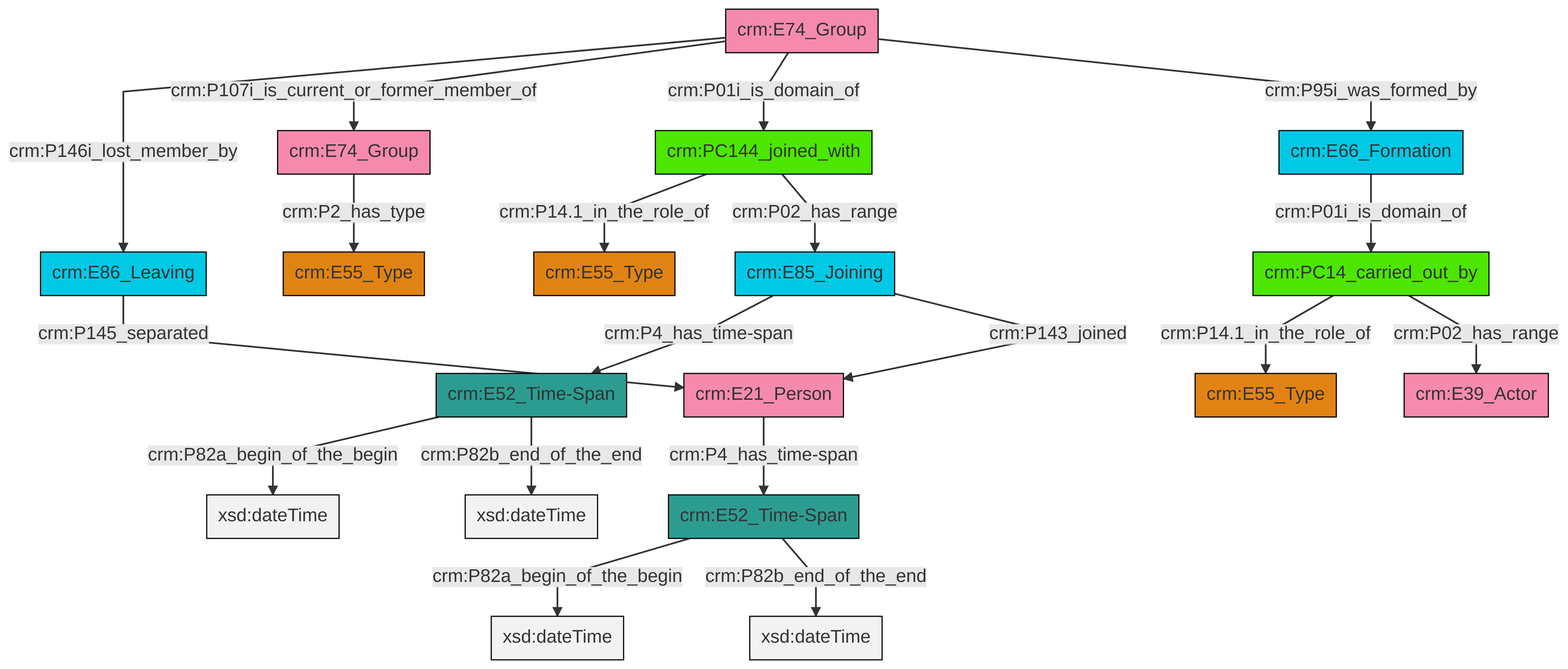
The Mermaid diagram et/groupCSV/ttl/mmd/png/group_actor_relations.png in swiss-art-research-net/docs.swissartresearch, before a commit. Its source is kept beside it as et/groupCSV/ttl/mmd/group_actor_relations.ttl.mmd.
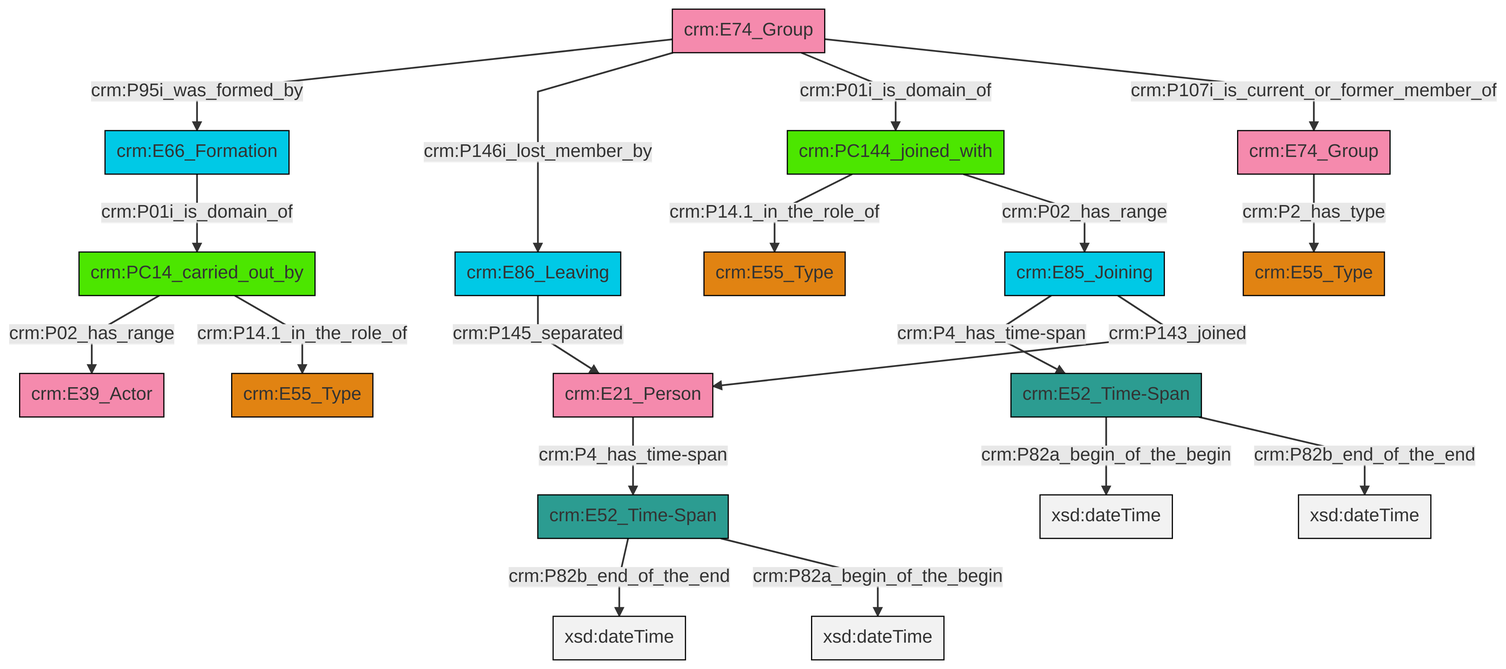
The same diagram one commit later.

The edit, as a diff of the source:
```diff
@@ -13,21 +13,21 @@
 classDef PC_Classes fill:#4ce600, stroke:#000000;
 classDef Multi fill:#cccccc,stroke:#000000;
 
-4["crm:E74_Group"]:::Actor -->|crm:P2_has_type| 5["crm:E55_Type"]:::Type
-0["crm:E85_Joining"]:::Temporal_Entity -->|crm:P4_has_time-span| 8["crm:E52_Time-Span"]:::Time-Span
-10["crm:E66_Formation"]:::Temporal_Entity -->|crm:P01i_is_domain_of| 11["crm:PC14_carried_out_by"]:::PC_Classes
-14["crm:E21_Person"]:::Actor -->|crm:P4_has_time-span| 15["crm:E52_Time-Span"]:::Time-Span
-16["crm:E74_Group"]:::Actor -->|crm:P146i_lost_member_by| 17["crm:E86_Leaving"]:::Temporal_Entity
-12["crm:PC144_joined_with"]:::PC_Classes -->|crm:P14.1_in_the_role_of| 2["crm:E55_Type"]:::Type
-15["crm:E52_Time-Span"]:::Time-Span -->|crm:P82a_begin_of_the_begin| 22[xsd:dateTime]:::Literal
-12["crm:PC144_joined_with"]:::PC_Classes -->|crm:P02_has_range| 0["crm:E85_Joining"]:::Temporal_Entity
-16["crm:E74_Group"]:::Actor -->|crm:P107i_is_current_or_former_member_of| 4["crm:E74_Group"]:::Actor
-8["crm:E52_Time-Span"]:::Time-Span -->|crm:P82a_begin_of_the_begin| 23[xsd:dateTime]:::Literal
-16["crm:E74_Group"]:::Actor -->|crm:P01i_is_domain_of| 12["crm:PC144_joined_with"]:::PC_Classes
-16["crm:E74_Group"]:::Actor -->|crm:P95i_was_formed_by| 10["crm:E66_Formation"]:::Temporal_Entity
-0["crm:E85_Joining"]:::Temporal_Entity -->|crm:P143_joined| 14["crm:E21_Person"]:::Actor
-15["crm:E52_Time-Span"]:::Time-Span -->|crm:P82b_end_of_the_end| 25[xsd:dateTime]:::Literal
-11["crm:PC14_carried_out_by"]:::PC_Classes -->|crm:P14.1_in_the_role_of| 18["crm:E55_Type"]:::Type
-17["crm:E86_Leaving"]:::Temporal_Entity -->|crm:P145_separated| 14["crm:E21_Person"]:::Actor
-8["crm:E52_Time-Span"]:::Time-Span -->|crm:P82b_end_of_the_end| 31[xsd:dateTime]:::Literal
-11["crm:PC14_carried_out_by"]:::PC_Classes -->|crm:P02_has_range| 6["crm:E39_Actor"]:::Actor
+0["crm:PC144_joined_with"]:::PC_Classes -->|crm:P14.1_in_the_role_of| 1["crm:E55_Type"]:::Type
+2["crm:E74_Group"]:::Actor -->|crm:P95i_was_formed_by| 3["crm:E66_Formation"]:::Temporal_Entity
+5["crm:PC14_carried_out_by"]:::PC_Classes -->|crm:P02_has_range| 6["crm:E39_Actor"]:::Actor
+2["crm:E74_Group"]:::Actor -->|crm:P146i_lost_member_by| 10["crm:E86_Leaving"]:::Temporal_Entity
+11["crm:E21_Person"]:::Actor -->|crm:P4_has_time-span| 13["crm:E52_Time-Span"]:::Time-Span
+14["crm:E52_Time-Span"]:::Time-Span -->|crm:P82a_begin_of_the_begin| 15[xsd:dateTime]:::Literal
+0["crm:PC144_joined_with"]:::PC_Classes -->|crm:P02_has_range| 19["crm:E85_Joining"]:::Temporal_Entity
+2["crm:E74_Group"]:::Actor -->|crm:P01i_is_domain_of| 0["crm:PC144_joined_with"]:::PC_Classes
+5["crm:PC14_carried_out_by"]:::PC_Classes -->|crm:P14.1_in_the_role_of| 17["crm:E55_Type"]:::Type
+19["crm:E85_Joining"]:::Temporal_Entity -->|crm:P4_has_time-span| 14["crm:E52_Time-Span"]:::Time-Span
+2["crm:E74_Group"]:::Actor -->|crm:P107i_is_current_or_former_member_of| 24["crm:E74_Group"]:::Actor
+14["crm:E52_Time-Span"]:::Time-Span -->|crm:P82b_end_of_the_end| 25[xsd:dateTime]:::Literal
+13["crm:E52_Time-Span"]:::Time-Span -->|crm:P82b_end_of_the_end| 27[xsd:dateTime]:::Literal
+13["crm:E52_Time-Span"]:::Time-Span -->|crm:P82a_begin_of_the_begin| 28[xsd:dateTime]:::Literal
+10["crm:E86_Leaving"]:::Temporal_Entity -->|crm:P145_separated| 11["crm:E21_Person"]:::Actor
+24["crm:E74_Group"]:::Actor -->|crm:P2_has_type| 8["crm:E55_Type"]:::Type
+3["crm:E66_Formation"]:::Temporal_Entity -->|crm:P01i_is_domain_of| 5["crm:PC14_carried_out_by"]:::PC_Classes
+19["crm:E85_Joining"]:::Temporal_Entity -->|crm:P143_joined| 11["crm:E21_Person"]:::Actor
```
